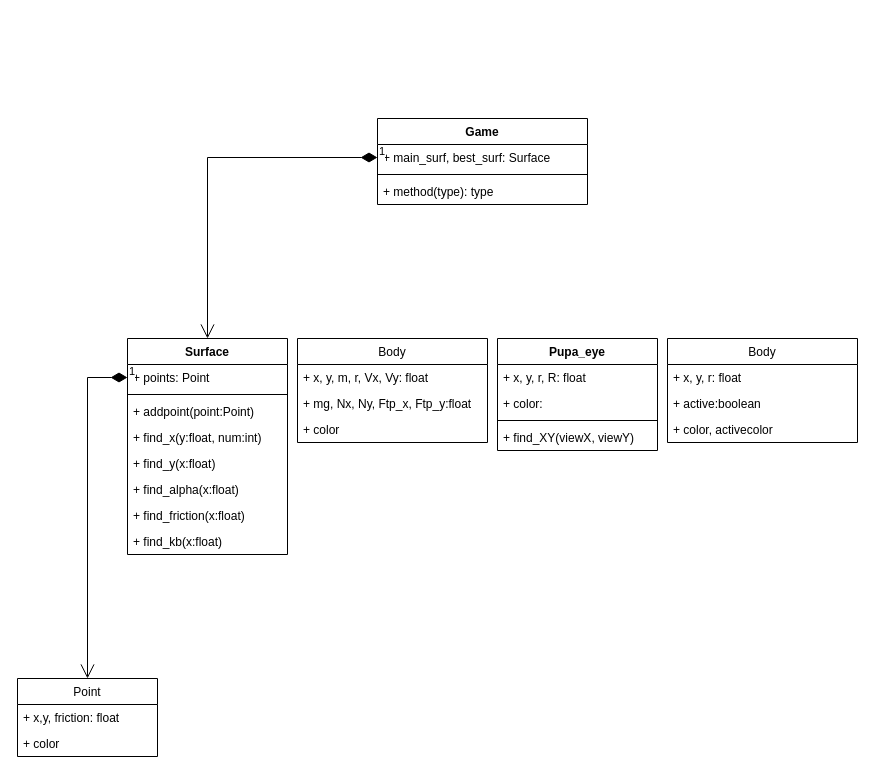
Before: Untitled Diagram.drawio in Pozharkova/infa_project, a draw.io diagram. Source tidied: cells renumbered, new cells numbered last; positions are measured from the earlier drawing's top-left corner, leaving out a move shared by most shapes. Both pictures are drawn from the tidied source at 100%, with x=0, y=0 at pixel (17, 118).
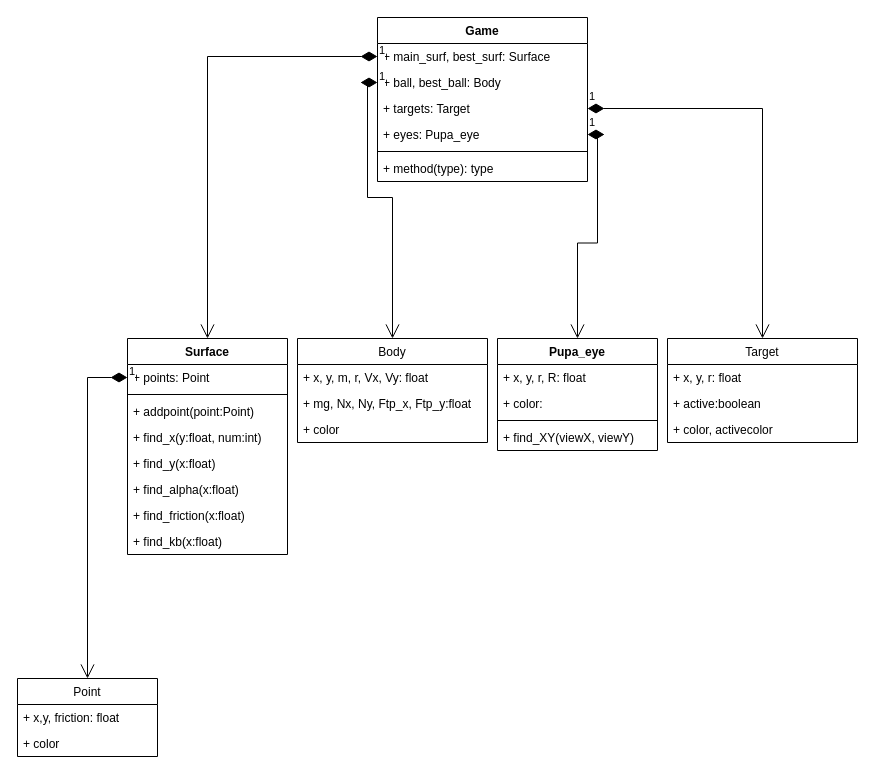
After the change.

The change refers to these unchanged cells:
```xml
<mxCell id="11" value="Body" style="swimlane;fontStyle=0;horizontal=1;startSize=26;fillColor=none;" parent="1" vertex="1">
  <mxGeometry x="280" y="220" width="190" height="104" as="geometry" />
</mxCell>
<mxCell id="18" value="Pupa_eye" style="swimlane;fontStyle=1;align=center;verticalAlign=top;horizontal=1;startSize=26;" parent="1" vertex="1">
  <mxGeometry x="480" y="220" width="160" height="112" as="geometry" />
</mxCell>
```

The edit, as a diff of the source:
```diff
@@
-    <mxCell id="23" value="Body" style="swimlane;fontStyle=0;horizontal=1;startSize=26;fillColor=none;" parent="1" vertex="1">
+    <mxCell id="23" value="Target" style="swimlane;fontStyle=0;horizontal=1;startSize=26;fillColor=none;" parent="1" vertex="1">
       <mxGeometry x="650" y="220" width="190" height="104" as="geometry" />
     </mxCell>
@@
     <mxCell id="28" value="Game" style="swimlane;fontStyle=1;align=center;verticalAlign=top;horizontal=1;startSize=26;" parent="1" vertex="1">
-      <mxGeometry x="360" width="210" height="86" as="geometry" />
+      <mxGeometry x="360" y="-101" width="210" height="164" as="geometry" />
     </mxCell>
@@
+    <mxCell id="33" value="+ ball, best_ball: Body" style="text;strokeColor=none;fillColor=none;align=left;verticalAlign=top;spacingLeft=4;spacingRight=4;overflow=hidden;points=[[0,0.5],[1,0.5]];portConstraint=eastwest;" parent="28" vertex="1">
+      <mxGeometry y="52" width="210" height="26" as="geometry" />
+    </mxCell>
+    <mxCell id="34" value="+ targets: Target" style="text;strokeColor=none;fillColor=none;align=left;verticalAlign=top;spacingLeft=4;spacingRight=4;overflow=hidden;points=[[0,0.5],[1,0.5]];portConstraint=eastwest;" parent="28" vertex="1">
+      <mxGeometry y="78" width="210" height="26" as="geometry" />
+    </mxCell>
+    <mxCell id="35" value="+ eyes: Pupa_eye" style="text;strokeColor=none;fillColor=none;align=left;verticalAlign=top;spacingLeft=4;spacingRight=4;overflow=hidden;points=[[0,0.5],[1,0.5]];portConstraint=eastwest;" parent="28" vertex="1">
+      <mxGeometry y="104" width="210" height="26" as="geometry" />
+    </mxCell>
     <mxCell id="30" style="line;strokeWidth=1;fillColor=none;align=left;verticalAlign=middle;spacingTop=-1;spacingLeft=3;spacingRight=3;labelPosition=right;" parent="28" vertex="1">
-      <mxGeometry y="52" width="210" height="8" as="geometry" />
+      <mxGeometry y="130" width="210" height="8" as="geometry" />
     </mxCell>
     <mxCell id="31" value="+ method(type): type" style="text;strokeColor=none;fillColor=none;align=left;verticalAlign=top;spacingLeft=4;spacingRight=4;overflow=hidden;" parent="28" vertex="1">
-      <mxGeometry y="60" width="210" height="26" as="geometry" />
+      <mxGeometry y="138" width="210" height="26" as="geometry" />
     </mxCell>
@@
+    <mxCell id="36" value="1" style="endArrow=open;html=1;endSize=12;startArrow=diamondThin;startSize=14;startFill=1;edgeStyle=orthogonalEdgeStyle;align=left;verticalAlign=bottom;rounded=0;exitX=0;exitY=0.5;exitDx=0;exitDy=0;entryX=0.5;entryY=0;entryDx=0;entryDy=0;" parent="1" edge="1" source="33" target="11">
+      <mxGeometry x="-1" y="3" relative="1" as="geometry">
+        <Array as="points">
+          <mxPoint x="350" y="-36" />
+          <mxPoint x="350" y="79" />
+          <mxPoint x="375" y="79" />
+        </Array>
+      </mxGeometry>
+    </mxCell>
+    <mxCell id="37" value="1" style="endArrow=open;html=1;endSize=12;startArrow=diamondThin;startSize=14;startFill=1;edgeStyle=orthogonalEdgeStyle;align=left;verticalAlign=bottom;rounded=0;entryX=0.5;entryY=0;entryDx=0;entryDy=0;" parent="1" edge="1" source="34" target="23">
+      <mxGeometry x="-1" y="3" relative="1" as="geometry" />
+    </mxCell>
+    <mxCell id="38" value="1" style="endArrow=open;html=1;endSize=12;startArrow=diamondThin;startSize=14;startFill=1;edgeStyle=orthogonalEdgeStyle;align=left;verticalAlign=bottom;rounded=0;entryX=0.5;entryY=0;entryDx=0;entryDy=0;" parent="1" edge="1" source="35" target="18">
+      <mxGeometry x="-1" y="3" relative="1" as="geometry" />
+    </mxCell>
```
